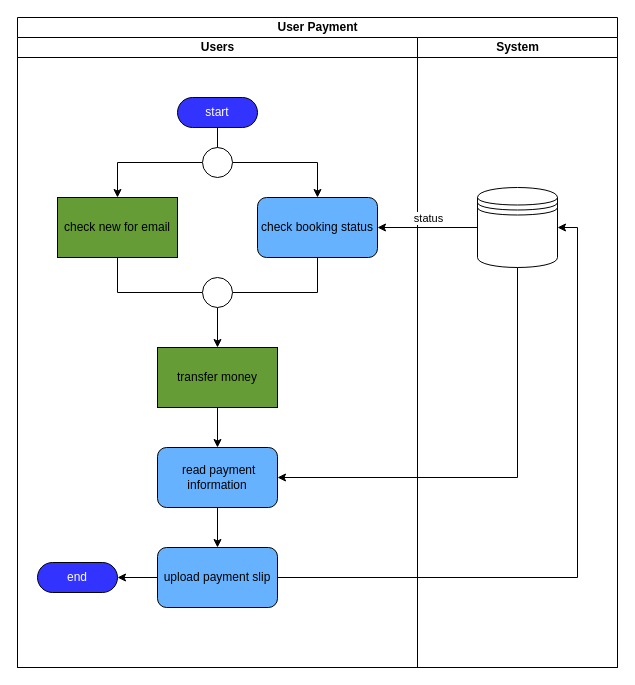
Earlier version of the draw.io diagram page "user payment" (7 of 9) of banpin_app_data_flow.drawio (thunwara/BanPinExploreDocument). Source tidied: cells renumbered, new cells numbered last; positions are measured from the earlier drawing's top-left corner, leaving out a move shared by most shapes. Both pictures are drawn from the tidied source at 100%, with x=0, y=0 at pixel (17, 17).
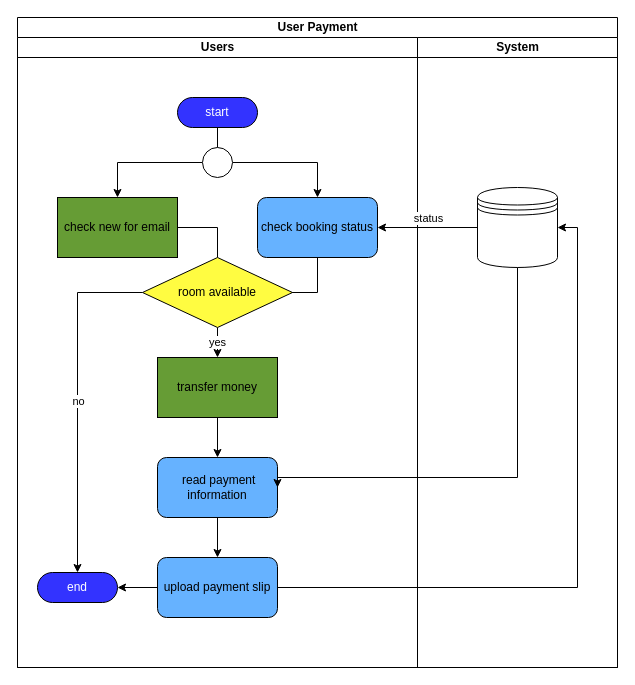
Above is the later version.

Unchanged cells that the change refers to:
```xml
<mxCell id="3" value="Users" style="swimlane;startSize=20;html=1;" parent="2" vertex="1">
  <mxGeometry y="20" width="400" height="630" as="geometry" />
</mxCell>
<mxCell id="7" value="check booking status" style="rounded=1;whiteSpace=wrap;html=1;fillColor=#66B2FF;" parent="3" vertex="1">
  <mxGeometry x="240" y="160" width="120" height="60" as="geometry" />
</mxCell>
<mxCell id="9" value="check new for email" style="rounded=0;whiteSpace=wrap;html=1;fillColor=#669c35;" parent="3" vertex="1">
  <mxGeometry x="40" y="160" width="120" height="60" as="geometry" />
</mxCell>
```

Diff of the diagram source:
```diff
@@
-    <mxCell id="6" style="edgeStyle=orthogonalEdgeStyle;rounded=0;jettySize=auto;html=1;endArrow=none;endFill=0;" parent="3" edge="1" source="7" target="17">
+    <mxCell id="6" style="edgeStyle=orthogonalEdgeStyle;rounded=0;jettySize=auto;html=1;endArrow=none;endFill=0;entryX=0.955;entryY=0.478;entryDx=0;entryDy=0;entryPerimeter=0;" parent="3" edge="1" source="7" target="31">
       <mxGeometry relative="1" as="geometry">
         <Array as="points">
           <mxPoint x="300" y="255" />
+          <mxPoint x="268" y="255" />
         </Array>
       </mxGeometry>
     </mxCell>
@@
-    <mxCell id="8" style="edgeStyle=orthogonalEdgeStyle;rounded=0;jettySize=auto;html=1;endArrow=none;endFill=0;entryX=0;entryY=0.5;entryDx=0;entryDy=0;" parent="3" edge="1" source="9" target="17">
-      <mxGeometry relative="1" as="geometry">
-        <Array as="points">
-          <mxPoint x="100" y="255" />
-        </Array>
-      </mxGeometry>
-    </mxCell>
+    <mxCell id="28" style="edgeStyle=orthogonalEdgeStyle;rounded=0;jettySize=auto;html=1;exitX=1;exitY=0.5;exitDx=0;exitDy=0;endArrow=none;endFill=0;" parent="3" edge="1" source="9" target="31">
+      <mxGeometry relative="1" as="geometry" />
+    </mxCell>
@@
     <mxCell id="11" value="&amp;nbsp;read payment information" style="rounded=1;whiteSpace=wrap;html=1;fillColor=#66B2FF;" parent="3" vertex="1">
-      <mxGeometry x="140" y="410" width="120" height="60" as="geometry" />
+      <mxGeometry x="140" y="420" width="120" height="60" as="geometry" />
     </mxCell>
     <mxCell id="12" value="upload payment slip" style="rounded=1;whiteSpace=wrap;html=1;fillColor=#66B2FF;" parent="3" vertex="1">
-      <mxGeometry x="140" y="510" width="120" height="60" as="geometry" />
+      <mxGeometry x="140" y="520" width="120" height="60" as="geometry" />
     </mxCell>
@@
-    <mxCell id="16" style="edgeStyle=orthogonalEdgeStyle;rounded=0;jettySize=auto;html=1;entryX=0.5;entryY=0;entryDx=0;entryDy=0;" parent="3" edge="1" source="17" target="19">
+    <mxCell id="16" value="yes" style="edgeStyle=orthogonalEdgeStyle;rounded=0;jettySize=auto;html=1;entryX=0.5;entryY=0;entryDx=0;entryDy=0;exitX=0.5;exitY=1;exitDx=0;exitDy=0;exitPerimeter=0;" parent="3" edge="1" source="31" target="19">
       <mxGeometry relative="1" as="geometry" />
     </mxCell>
-    <mxCell id="17" style="ellipse;whiteSpace=wrap;html=1;" parent="3" vertex="1">
-      <mxGeometry x="185" y="240" width="30" height="30" as="geometry" />
-    </mxCell>
@@
     <mxCell id="19" value="transfer money" style="rounded=0;whiteSpace=wrap;html=1;fillColor=#669c35;" parent="3" vertex="1">
-      <mxGeometry x="140" y="310" width="120" height="60" as="geometry" />
+      <mxGeometry x="140" y="320" width="120" height="60" as="geometry" />
     </mxCell>
     <mxCell id="20" value="end" style="html=1;dashed=0;whiteSpace=wrap;shape=mxgraph.dfd.start;fillColor=#3333FF;fontColor=#FFFFFF;" parent="3" vertex="1">
-      <mxGeometry x="20" y="525" width="80" height="30" as="geometry" />
+      <mxGeometry x="20" y="535" width="80" height="30" as="geometry" />
     </mxCell>
@@
+    <mxCell id="29" style="edgeStyle=orthogonalEdgeStyle;rounded=0;jettySize=auto;html=1;" parent="3" edge="1" source="31" target="20">
+      <mxGeometry relative="1" as="geometry" />
+    </mxCell>
+    <mxCell id="30" value="no" style="edgeLabel;html=1;align=center;verticalAlign=middle;" parent="29" vertex="1">
+      <mxGeometry relative="1" as="geometry" />
+    </mxCell>
+    <mxCell id="31" value="room available" style="strokeWidth=1;html=1;shape=mxgraph.flowchart.decision;whiteSpace=wrap;fillColor=#fffc41;" parent="3" vertex="1">
+      <mxGeometry x="125" y="220" width="150" height="70" as="geometry" />
+    </mxCell>
```
